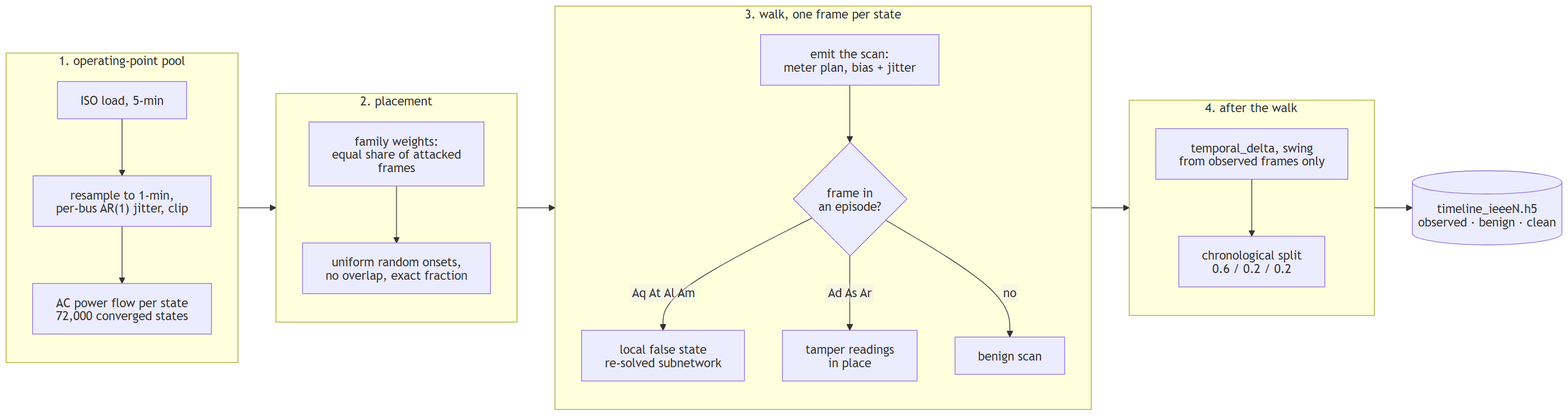
Before: docs/figures/diagrams/generation_flow.png, a diagram exported from Mermaid (myersben9/fdia-graph). Its source is kept beside it as docs/figures/diagrams/generation_flow.mmd.
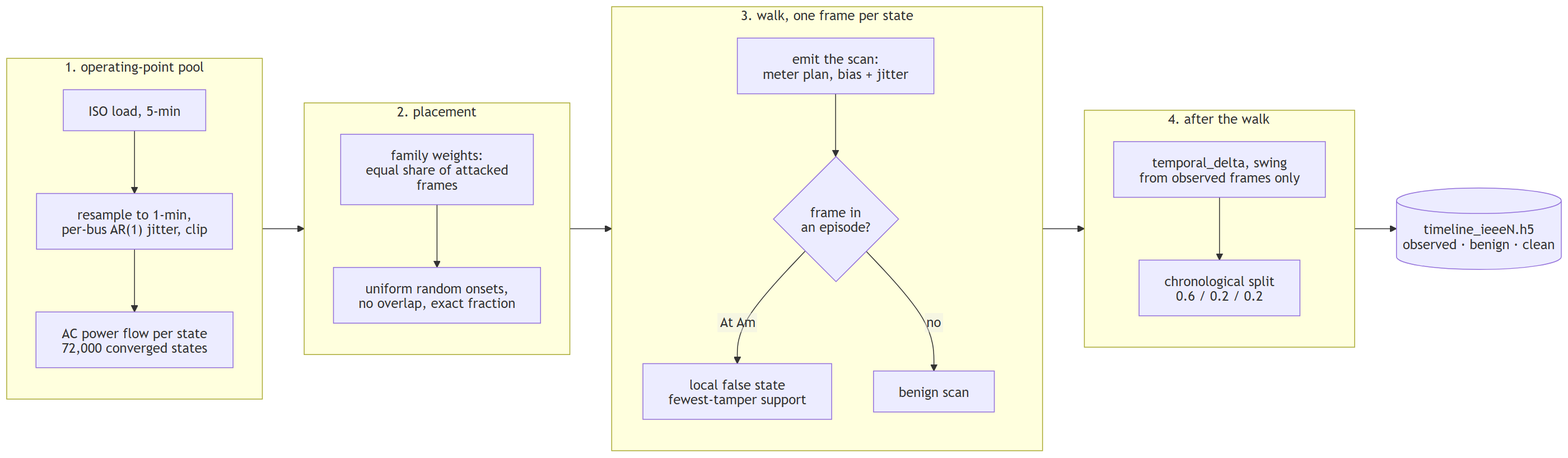
Later version of the same file.

Diff of the diagram source:
```diff
@@ -8,8 +8,7 @@
     end
     subgraph walk["3. walk, one frame per state"]
         w1["emit the scan:<br/>meter plan, bias + jitter"] --> w2{"frame in<br/>an episode?"}
-        w2 -- "Aq At Al Am" --> w3["local false state<br/>re-solved subnetwork"]
-        w2 -- "Ad As Ar" --> w4["tamper readings<br/>in place"]
+        w2 -- "At Am" --> w3["local false state<br/>fewest-tamper support"]
         w2 -- no --> w5[benign scan]
     end
     subgraph after["4. after the walk"]
```
